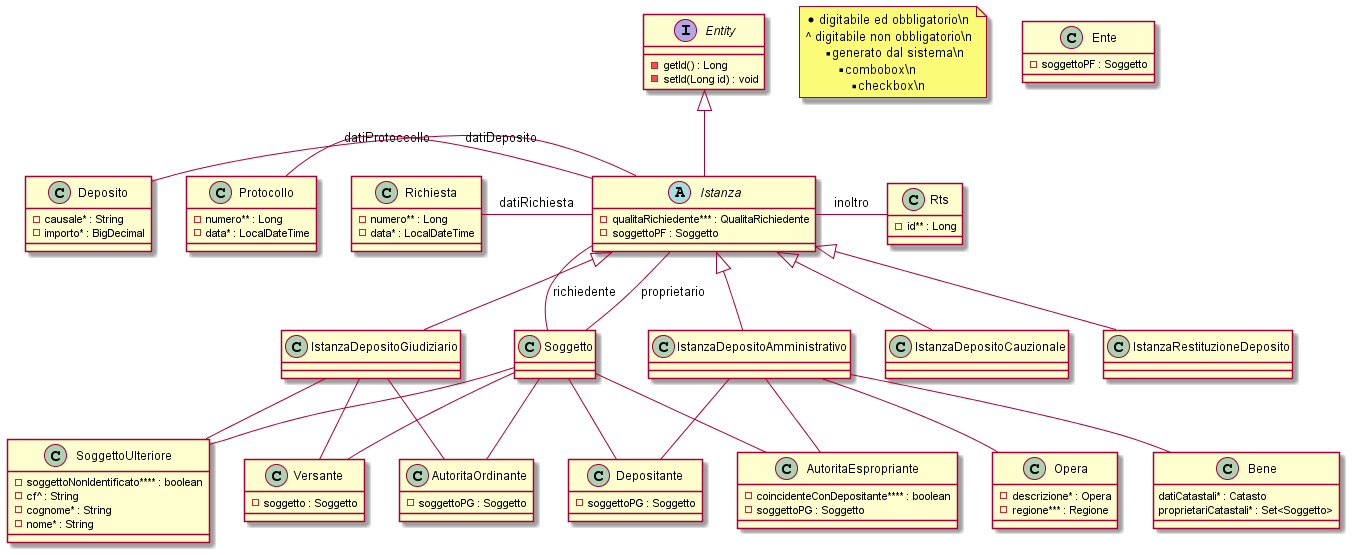
Tiberio-B/utente-service keeps this PlantUML diagram as z-uml/entities-diagram.png. Above is the earlier version. The source it was exported from:
```plantuml
@startuml


	note as legenda
		* digitabile ed obbligatorio\n
		^ digitabile non obbligatorio\n
		** generato dal sistema\n
		*** combobox\n
		**** checkbox\n
	end note



		Interface Entity {
			- getId() : Long
			- setId(Long id) : void
		}
		Abstract Class Istanza {
			- qualitaRichiedente*** : QualitaRichiedente
			- soggettoPF : Soggetto
		}
		Class IstanzaDepositoCauzionale {}
		Class IstanzaDepositoGiudiziario{}
		Class IstanzaDepositoAmministrativo {}
		Class IstanzaRestituzioneDeposito {}


		Class Richiesta {
			- numero** : Long
			- data* : LocalDateTime
		}
		Class Protocollo {
			- numero** : Long
			- data* : LocalDateTime
		}
		Class Rts {
			- id** : Long
		}
		Class Ente {
			- soggettoPF : Soggetto
		}
		Class Deposito {
			- causale* : String
			- importo* : BigDecimal
		}
		Class Soggetto {}

		Class Versante {
			- soggetto : Soggetto
		}

		Class AutoritaOrdinante {
			- soggettoPG : Soggetto
		}

		Class SoggettoUlteriore {
			- soggettoNonIdentificato**** : boolean
			- cf^ : String
			- cognome* : String
			- nome* : String
		}

		Class Depositante {
			- soggettoPG : Soggetto
		}

		Class AutoritaEspropriante {
			- coincidenteConDepositante**** : boolean
			- soggettoPG : Soggetto
		}

		Class Opera {
			- descrizione* : Opera
			- regione*** : Regione
		}

		Class Bene {
			datiCatastali* : Catasto
			proprietariCatastali* : Set<Soggetto>
		}



		Istanza -left- Richiesta : datiRichiesta
		Istanza -left- Protocollo : datiProtoccollo
		Istanza -left- Deposito : datiDeposito

		Istanza -right- Soggetto : richiedente
		Istanza -right- Soggetto : proprietario
		Istanza -right- Rts : inoltro


		Istanza -up-|> Entity
		Istanza <|-down- IstanzaDepositoAmministrativo
		Istanza <|-down- IstanzaDepositoCauzionale
		Istanza <|-down- IstanzaDepositoGiudiziario
		Istanza <|-down- IstanzaRestituzioneDeposito


		IstanzaDepositoGiudiziario -- Versante
		IstanzaDepositoGiudiziario -- AutoritaOrdinante
		IstanzaDepositoGiudiziario -- SoggettoUlteriore


		Soggetto -- Versante
		Soggetto -- AutoritaOrdinante
		Soggetto -- SoggettoUlteriore


		IstanzaDepositoAmministrativo -- Depositante
		IstanzaDepositoAmministrativo -- AutoritaEspropriante
		IstanzaDepositoAmministrativo -- Opera
		IstanzaDepositoAmministrativo -- Bene


		Soggetto -- Depositante
		Soggetto -- AutoritaEspropriante

@enduml
```
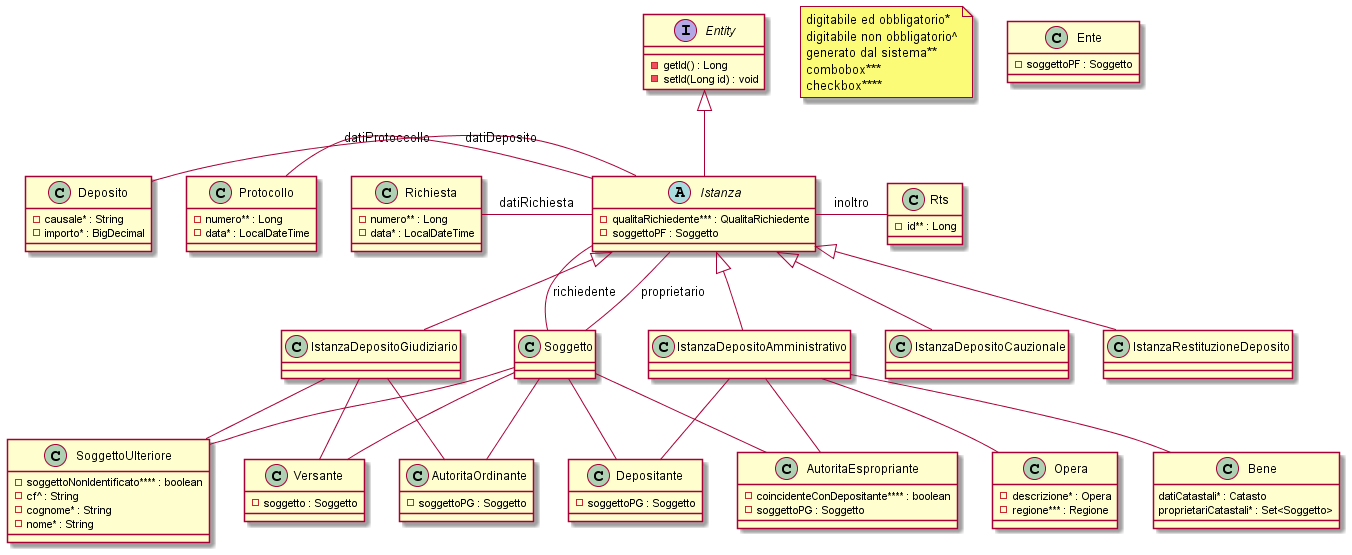
Above is the later version.

Diff of the diagram source:
```diff
@@ -2,11 +2,11 @@
 
 
 	note as legenda
-		* digitabile ed obbligatorio\n
-		^ digitabile non obbligatorio\n
-		** generato dal sistema\n
-		*** combobox\n
-		**** checkbox\n
+		digitabile ed obbligatorio*
+		digitabile non obbligatorio^
+		generato dal sistema**
+		combobox***
+		checkbox****
 	end note
 
 
```
